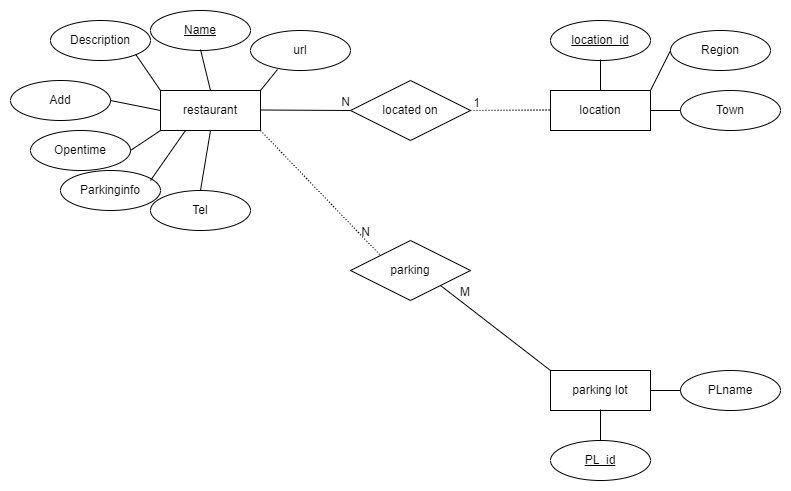
Above: img/ER-diagram.png in Manders-Ma/restaurant-finder-TW (draw.io), before the change. Source tidied: cells renumbered, new cells last; positions are measured from the earlier drawing's top-left corner, leaving out a move shared by most shapes.
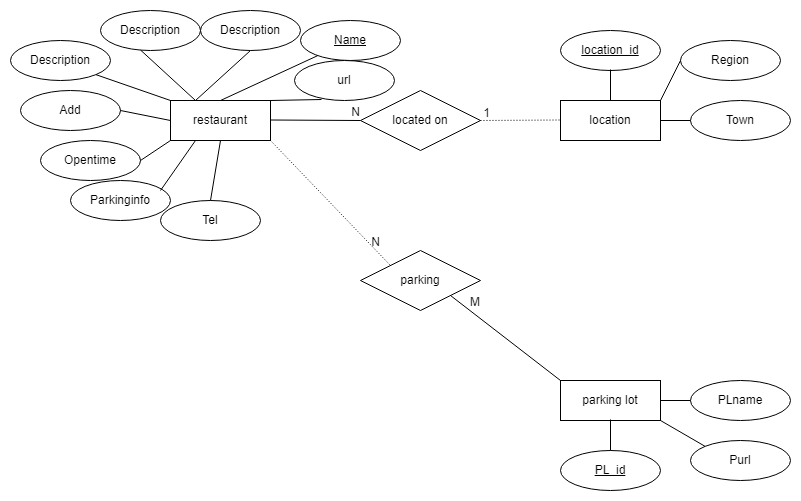
The same diagram one commit later.

Change to the diagram source:
```diff
@@ -6,10 +6,10 @@
       <mxGeometry x="150" y="80" width="100" height="40" as="geometry" />
     </mxCell>
     <mxCell id="3" value="Name" style="ellipse;whiteSpace=wrap;html=1;align=center;fontStyle=4;" parent="1" vertex="1">
-      <mxGeometry x="140" width="100" height="40" as="geometry" />
+      <mxGeometry x="280" width="100" height="40" as="geometry" />
     </mxCell>
     <mxCell id="4" value="Description" style="ellipse;whiteSpace=wrap;html=1;align=center;" parent="1" vertex="1">
-      <mxGeometry x="40" y="10" width="100" height="40" as="geometry" />
+      <mxGeometry x="-10" y="20" width="100" height="40" as="geometry" />
     </mxCell>
     <mxCell id="5" value="Add" style="ellipse;whiteSpace=wrap;html=1;align=center;" parent="1" vertex="1">
       <mxGeometry y="70" width="100" height="40" as="geometry" />
@@ -31,10 +31,8 @@
         <mxPoint x="150" y="100" as="targetPoint" />
       </mxGeometry>
     </mxCell>
-    <mxCell id="11" style="endArrow=none;html=1;rounded=0;entryX=0.5;entryY=0;entryDx=0;entryDy=0;" parent="1" edge="1" target="2">
-      <mxGeometry relative="1" as="geometry">
-        <mxPoint x="190" y="39" as="sourcePoint" />
-      </mxGeometry>
+    <mxCell id="11" style="endArrow=none;html=1;rounded=0;entryX=0.5;entryY=0;entryDx=0;entryDy=0;" parent="1" edge="1" source="3" target="2">
+      <mxGeometry relative="1" as="geometry" />
     </mxCell>
     <mxCell id="12" style="endArrow=none;html=1;rounded=0;entryX=0;entryY=0;entryDx=0;entryDy=0;exitX=1;exitY=1;exitDx=0;exitDy=0;" parent="1" edge="1" source="4" target="2">
       <mxGeometry relative="1" as="geometry" />
@@ -136,10 +134,35 @@
       </mxGeometry>
     </mxCell>
     <mxCell id="37" value="url" style="ellipse;whiteSpace=wrap;html=1;align=center;" parent="1" vertex="1">
-      <mxGeometry x="240" y="20" width="100" height="40" as="geometry" />
+      <mxGeometry x="274" y="40" width="100" height="40" as="geometry" />
     </mxCell>
     <mxCell id="38" style="endArrow=none;html=1;rounded=0;entryX=1;entryY=0;entryDx=0;entryDy=0;exitX=0.27;exitY=0.975;exitDx=0;exitDy=0;exitPerimeter=0;" parent="1" edge="1" source="37" target="2">
       <mxGeometry relative="1" as="geometry" />
     </mxCell>
+    <mxCell id="39" value="Description" style="ellipse;whiteSpace=wrap;html=1;align=center;" parent="1" vertex="1">
+      <mxGeometry x="180" y="-10" width="100" height="40" as="geometry" />
+    </mxCell>
+    <mxCell id="40" value="Description" style="ellipse;whiteSpace=wrap;html=1;align=center;" parent="1" vertex="1">
+      <mxGeometry x="80" y="-10" width="100" height="40" as="geometry" />
+    </mxCell>
+    <mxCell id="41" style="edgeStyle=orthogonalEdgeStyle;rounded=0;orthogonalLoop=1;jettySize=auto;html=1;exitX=0.5;exitY=1;exitDx=0;exitDy=0;" parent="1" edge="1" source="40" target="40">
+      <mxGeometry relative="1" as="geometry" />
+    </mxCell>
+    <mxCell id="42" style="endArrow=none;html=1;rounded=0;entryX=0.25;entryY=0;entryDx=0;entryDy=0;" parent="1" edge="1" target="2">
+      <mxGeometry relative="1" as="geometry">
+        <mxPoint x="120" y="29.5" as="sourcePoint" />
+      </mxGeometry>
+    </mxCell>
+    <mxCell id="43" style="endArrow=none;html=1;rounded=0;exitX=0.25;exitY=0;exitDx=0;exitDy=0;entryX=0.5;entryY=1;entryDx=0;entryDy=0;" parent="1" edge="1" source="2" target="39">
+      <mxGeometry relative="1" as="geometry" />
+    </mxCell>
+    <mxCell id="44" value="Purl" style="ellipse;whiteSpace=wrap;html=1;align=center;" parent="1" vertex="1">
+      <mxGeometry x="670" y="420" width="100" height="40" as="geometry" />
+    </mxCell>
+    <mxCell id="45" style="endArrow=none;html=1;rounded=0;entryX=0;entryY=0;entryDx=0;entryDy=0;" parent="1" edge="1" target="44">
+      <mxGeometry relative="1" as="geometry">
+        <mxPoint x="640" y="400" as="sourcePoint" />
+      </mxGeometry>
+    </mxCell>
   </root>
 </mxGraphModel>
```
